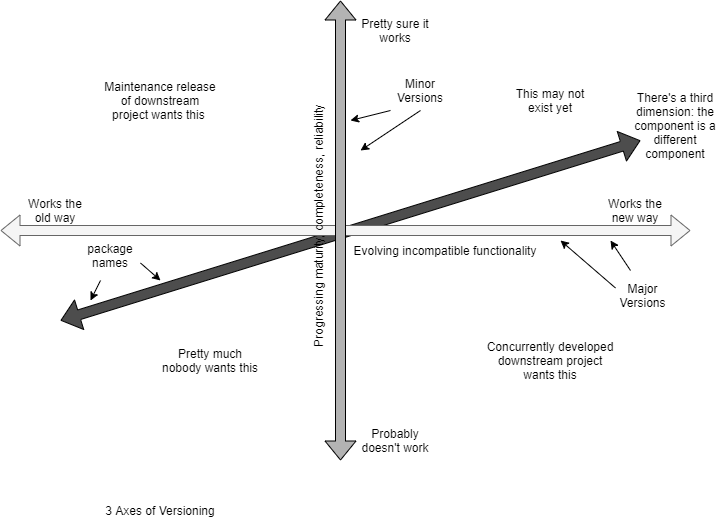
The draw.io diagram diagrams/versioning.png in dboreham/global-bugs, before a commit. Source tidied: cells renumbered, new cells last; positions are measured from the earlier drawing's top-left corner, leaving out a move shared by most shapes.
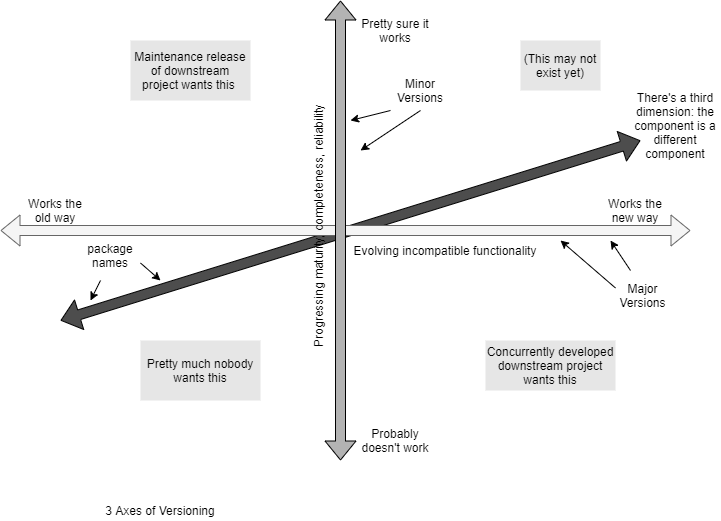
After the change.

Change to the diagram source:
```diff
@@ -35,17 +35,17 @@
     <mxCell id="9" value="3 Axes of Versioning" style="text;html=1;strokeColor=none;fillColor=none;align=center;verticalAlign=middle;whiteSpace=wrap;rounded=0;" parent="1" vertex="1">
       <mxGeometry x="95" y="500" width="130" height="20" as="geometry" />
     </mxCell>
-    <mxCell id="10" value="Concurrently developed downstream project wants this" style="text;html=1;strokeColor=none;fillColor=none;align=center;verticalAlign=middle;whiteSpace=wrap;rounded=0;" parent="1" vertex="1">
-      <mxGeometry x="485" y="335" width="130" height="50" as="geometry" />
+    <mxCell id="10" value="Concurrently developed downstream project wants this" style="text;html=1;strokeColor=none;align=center;verticalAlign=middle;whiteSpace=wrap;rounded=0;fillColor=#E6E6E6;" parent="1" vertex="1">
+      <mxGeometry x="485" y="340" width="130" height="50" as="geometry" />
     </mxCell>
-    <mxCell id="11" value="Maintenance release of downstream project wants this&amp;nbsp;" style="text;html=1;strokeColor=none;fillColor=none;align=center;verticalAlign=middle;whiteSpace=wrap;rounded=0;" parent="1" vertex="1">
-      <mxGeometry x="100" y="70" width="120" height="60" as="geometry" />
+    <mxCell id="11" value="Maintenance release of downstream project wants this&amp;nbsp;" style="text;html=1;strokeColor=none;align=center;verticalAlign=middle;whiteSpace=wrap;rounded=0;fillColor=#E6E6E6;" parent="1" vertex="1">
+      <mxGeometry x="130" y="40" width="120" height="60" as="geometry" />
     </mxCell>
-    <mxCell id="12" value="This may not exist yet" style="text;html=1;strokeColor=none;fillColor=none;align=center;verticalAlign=middle;whiteSpace=wrap;rounded=0;" parent="1" vertex="1">
-      <mxGeometry x="510" y="75" width="80" height="50" as="geometry" />
+    <mxCell id="12" value="(This may not exist yet)" style="text;html=1;strokeColor=none;align=center;verticalAlign=middle;whiteSpace=wrap;rounded=0;fillColor=#E6E6E6;" parent="1" vertex="1">
+      <mxGeometry x="520" y="40" width="80" height="50" as="geometry" />
     </mxCell>
-    <mxCell id="13" value="Pretty much nobody wants this" style="text;html=1;strokeColor=none;fillColor=none;align=center;verticalAlign=middle;whiteSpace=wrap;rounded=0;" parent="1" vertex="1">
-      <mxGeometry x="160" y="340" width="100" height="40" as="geometry" />
+    <mxCell id="13" value="Pretty much nobody wants this" style="text;html=1;strokeColor=none;align=center;verticalAlign=middle;whiteSpace=wrap;rounded=0;fillColor=#E6E6E6;" parent="1" vertex="1">
+      <mxGeometry x="140" y="340" width="120" height="60" as="geometry" />
     </mxCell>
     <mxCell id="14" value="Evolving incompatible functionality" style="text;html=1;strokeColor=none;fillColor=none;align=center;verticalAlign=middle;whiteSpace=wrap;rounded=0;" parent="1" vertex="1">
       <mxGeometry x="345" y="230" width="200" height="40" as="geometry" />
```
